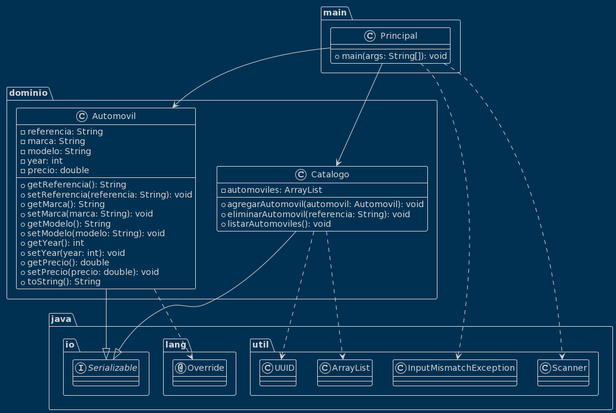
Before: GestorAutomovil/doc/UML/UMLDiagram.png, a diagram exported from PlantUML (rubencerroo/Gestor-Automoviles).
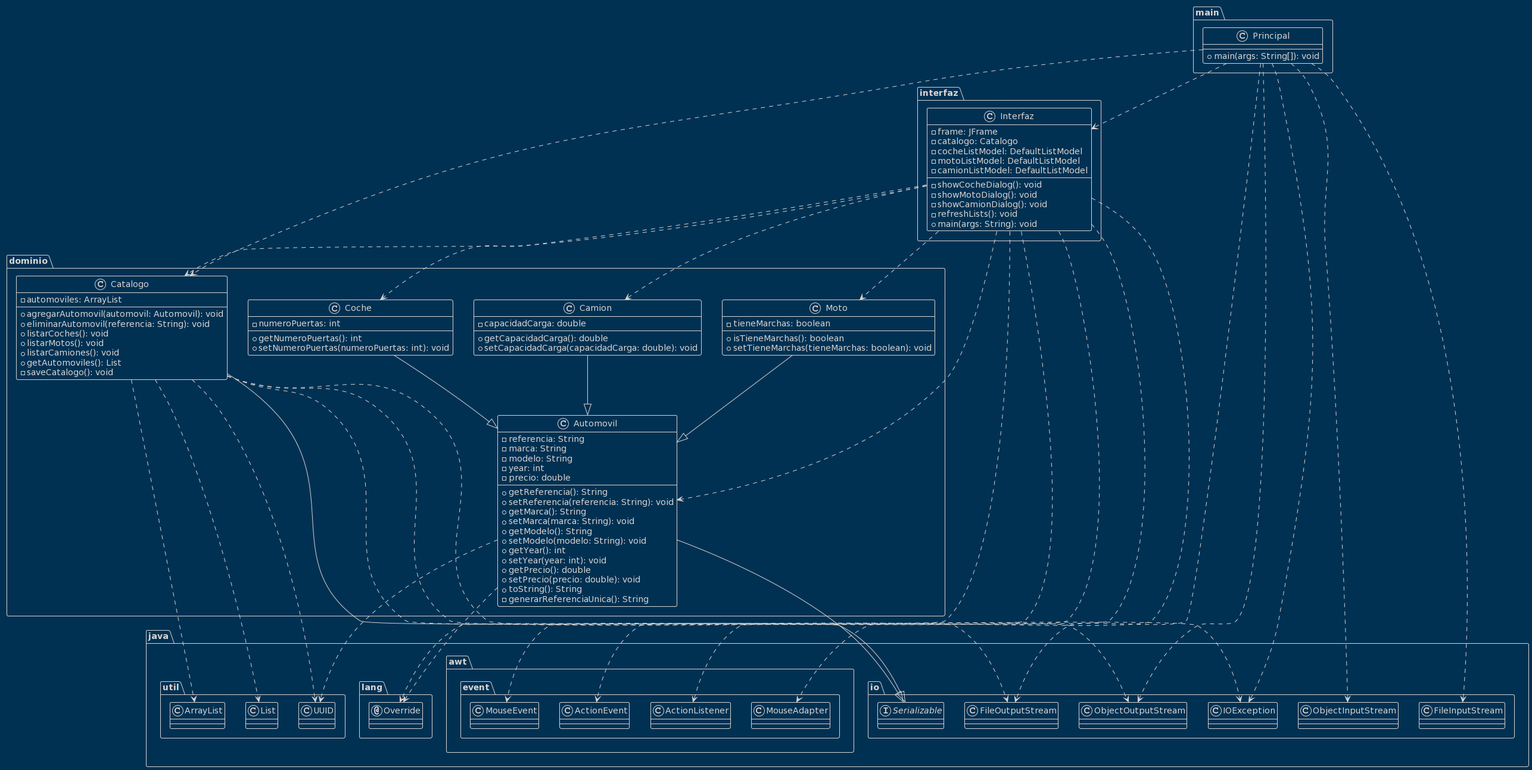
After the change.

Commit message:
UML Añadido, Falta README.md

Change to the diagram source:
```diff
@@ -20,31 +20,97 @@
   + getPrecio(): double
   + setPrecio(precio: double): void
   + toString(): String
+  - generarReferenciaUnica(): String
+}
+class dominio.Camion {
+  - capacidadCarga: double
+  + getCapacidadCarga(): double
+  + setCapacidadCarga(capacidadCarga: double): void
 }
 class dominio.Catalogo {
   - automoviles: ArrayList
   + agregarAutomovil(automovil: Automovil): void
   + eliminarAutomovil(referencia: String): void
-  + listarAutomoviles(): void
+  + listarCoches(): void
+  + listarMotos(): void
+  + listarCamiones(): void
+  + getAutomoviles(): List
+  - saveCatalogo(): void
+}
+class dominio.Coche {
+  - numeroPuertas: int
+  + getNumeroPuertas(): int
+  + setNumeroPuertas(numeroPuertas: int): void
+}
+class dominio.Moto {
+  - tieneMarchas: boolean
+  + isTieneMarchas(): boolean
+  + setTieneMarchas(tieneMarchas: boolean): void
+}
+class interfaz.Interfaz {
+  - frame: JFrame
+  - catalogo: Catalogo
+  - cocheListModel: DefaultListModel
+  - motoListModel: DefaultListModel
+  - camionListModel: DefaultListModel
+  - showCocheDialog(): void
+  - showMotoDialog(): void
+  - showCamionDialog(): void
+  - refreshLists(): void
+  + main(args: String): void
 }
 
 
+!theme blueprint
 annotation java.lang.Override
 class dominio.Automovil
+class dominio.Camion
 class dominio.Catalogo
+class dominio.Coche
+class dominio.Moto
+class interfaz.Interfaz
+class java.awt.event.ActionEvent
+class java.awt.event.ActionListener
+class java.awt.event.MouseAdapter
+class java.awt.event.MouseEvent
+class java.io.FileInputStream
+class java.io.FileOutputStream
+class java.io.IOException
+class java.io.ObjectInputStream
+class java.io.ObjectOutputStream
 class java.util.ArrayList
-class java.util.InputMismatchException
-class java.util.Scanner
+class java.util.List
 class java.util.UUID
 class main.Principal
 interface java.io.Serializable
 dominio.Automovil ..> java.lang.Override
+dominio.Automovil ..> java.util.UUID
 dominio.Automovil --|> java.io.Serializable
+dominio.Camion --|> dominio.Automovil
+dominio.Catalogo ..> java.io.FileOutputStream
+dominio.Catalogo ..> java.io.IOException
+dominio.Catalogo ..> java.io.ObjectOutputStream
 dominio.Catalogo ..> java.util.ArrayList
+dominio.Catalogo ..> java.util.List
 dominio.Catalogo ..> java.util.UUID
 dominio.Catalogo --|> java.io.Serializable
-main.Principal --> dominio.Automovil
-main.Principal --> dominio.Catalogo
-main.Principal ..> java.util.InputMismatchException
-main.Principal ..> java.util.Scanner
+dominio.Coche --|> dominio.Automovil
+dominio.Moto --|> dominio.Automovil
+interfaz.Interfaz ..> java.lang.Override
+interfaz.Interfaz ..> dominio.Automovil
+interfaz.Interfaz ..> dominio.Camion
+interfaz.Interfaz ..> dominio.Catalogo
+interfaz.Interfaz ..> dominio.Coche
+interfaz.Interfaz ..> dominio.Moto
+interfaz.Interfaz ..> java.awt.event.ActionEvent
+interfaz.Interfaz ..> java.awt.event.ActionListener
+interfaz.Interfaz ..> java.awt.event.MouseAdapter
+interfaz.Interfaz ..> java.awt.event.MouseEvent
+main.Principal ..> dominio.Catalogo
+main.Principal ..> interfaz.Interfaz
+main.Principal ..> java.io.FileInputStream
+main.Principal ..> java.io.FileOutputStream
+main.Principal ..> java.io.IOException
+main.Principal ..> java.io.ObjectInputStream
+main.Principal ..> java.io.ObjectOutputStream
 @enduml
```
